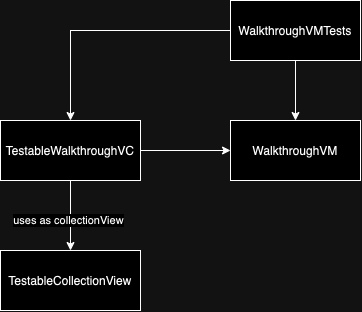
Earlier version of the draw.io export MarvelSampleTests/Tests/Walkthrough/WalkthroughVCTests.drawio.png (hiren9697/MavelSample). Source tidied: cells renumbered, new cells last; positions are measured from the earlier drawing's top-left corner, leaving out a move shared by most shapes.
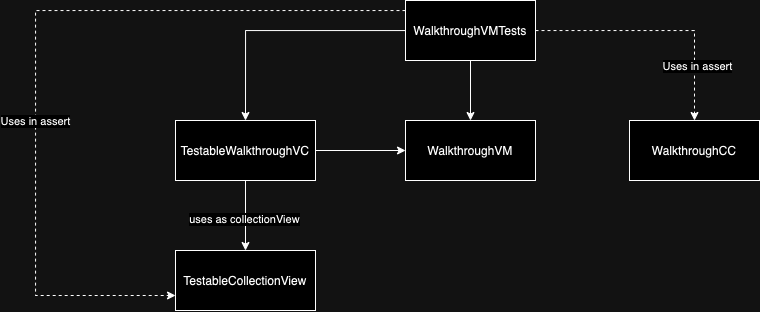
After the change.

Diff of the diagram source:
```diff
@@ -8,6 +8,23 @@
     <mxCell id="3" style="edgeStyle=orthogonalEdgeStyle;rounded=0;jettySize=auto;html=1;entryX=0.5;entryY=0;entryDx=0;entryDy=0;" parent="1" edge="1" source="4" target="9">
       <mxGeometry relative="1" as="geometry" />
     </mxCell>
+    <mxCell id="11" style="edgeStyle=orthogonalEdgeStyle;rounded=0;jettySize=auto;html=1;entryX=0;entryY=0.75;entryDx=0;entryDy=0;dashed=1;" parent="1" edge="1" source="4" target="10">
+      <mxGeometry relative="1" as="geometry">
+        <Array as="points">
+          <mxPoint x="-140" y="10" />
+          <mxPoint x="-140" y="295" />
+        </Array>
+      </mxGeometry>
+    </mxCell>
+    <mxCell id="12" value="Uses in assert" style="edgeLabel;html=1;align=center;verticalAlign=middle;" parent="11" vertex="1">
+      <mxGeometry x="0.21" y="-1" relative="1" as="geometry" />
+    </mxCell>
+    <mxCell id="13" style="edgeStyle=orthogonalEdgeStyle;rounded=0;jettySize=auto;html=1;entryX=0.5;entryY=0;entryDx=0;entryDy=0;dashed=1;" parent="1" edge="1" source="4" target="15">
+      <mxGeometry relative="1" as="geometry" />
+    </mxCell>
+    <mxCell id="14" value="Uses in assert" style="edgeLabel;html=1;align=center;verticalAlign=middle;" parent="13" vertex="1">
+      <mxGeometry x="0.56" y="2" relative="1" as="geometry" />
+    </mxCell>
     <mxCell id="4" value="WalkthroughVMTests" style="rounded=0;whiteSpace=wrap;html=1;" parent="1" vertex="1">
       <mxGeometry x="230" width="130" height="60" as="geometry" />
     </mxCell>
@@ -29,5 +46,8 @@
     <mxCell id="10" value="TestableCollectionView" style="rounded=0;whiteSpace=wrap;html=1;" parent="1" vertex="1">
       <mxGeometry y="250" width="140" height="60" as="geometry" />
     </mxCell>
+    <mxCell id="15" value="WalkthroughCC" style="rounded=0;whiteSpace=wrap;html=1;" parent="1" vertex="1">
+      <mxGeometry x="454" y="120" width="130" height="60" as="geometry" />
+    </mxCell>
   </root>
 </mxGraphModel>
```
